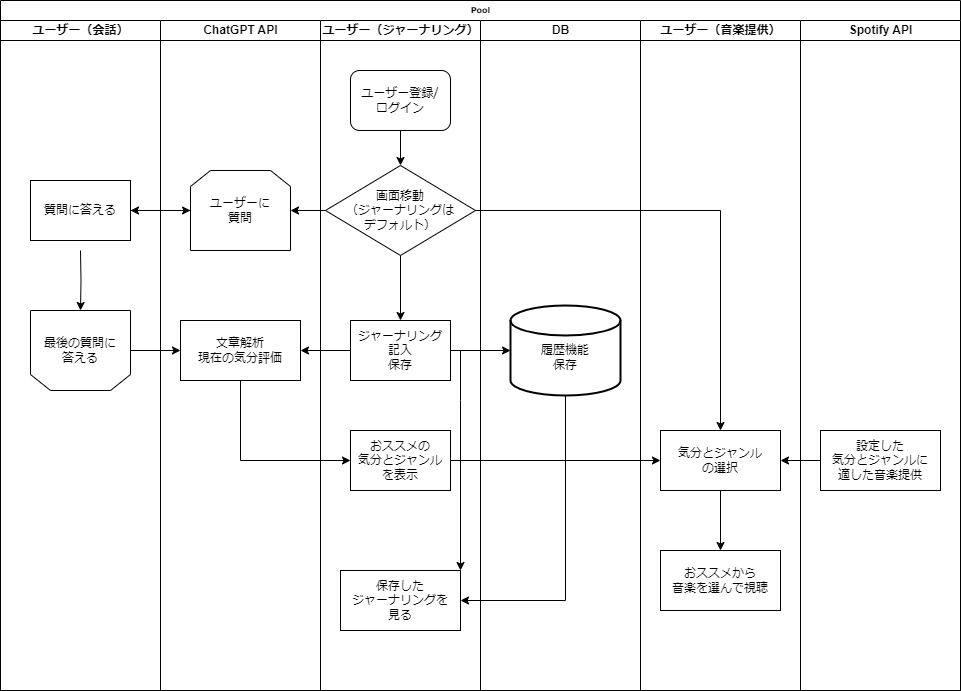
MatsudaSaku/MoodTune keeps this draw.io diagram as documents/Work_Flow.drawio.png. Above is the earlier version. Source tidied: cells renumbered, new cells last; positions are measured from the earlier drawing's top-left corner, leaving out a move shared by most shapes.
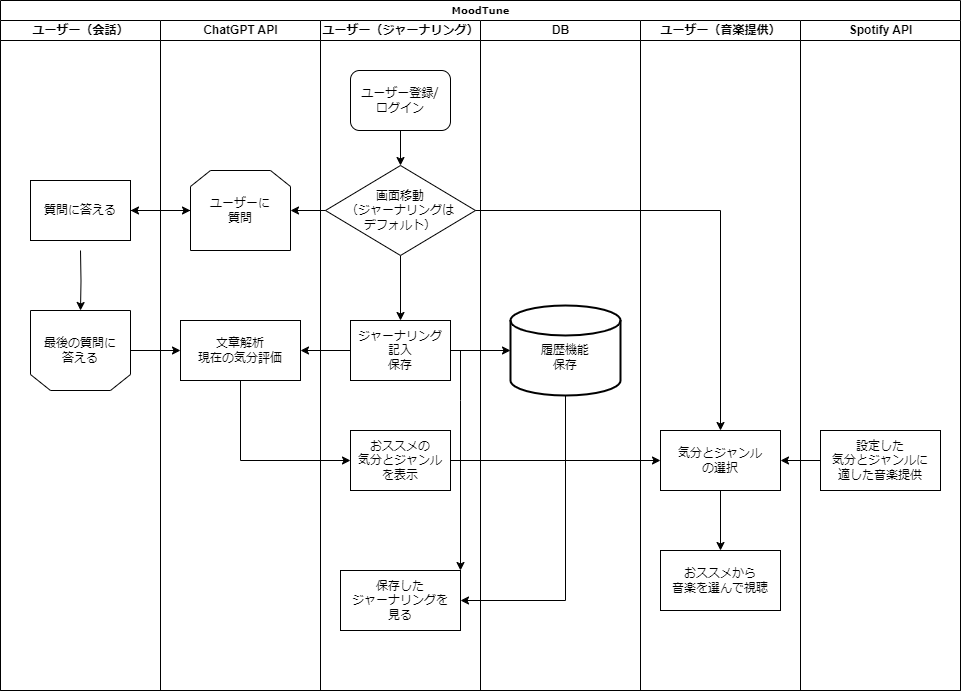
After the change.

Commit message:
Work_Flow.drawio.png を追加しました。

The edit, as a diff of the source:
```diff
@@ -2,7 +2,7 @@
   <root>
     <mxCell id="0" />
     <mxCell id="1" parent="0" />
-    <mxCell id="2" value="Pool" style="swimlane;html=1;startSize=20;rounded=0;shadow=0;labelBackgroundColor=none;strokeWidth=1;fontFamily=Verdana;fontSize=8;align=center;" parent="1" vertex="1">
+    <mxCell id="2" value="&lt;font style=&quot;font-size: 10px;&quot;&gt;MoodTune&lt;/font&gt;" style="swimlane;html=1;startSize=20;rounded=0;shadow=0;labelBackgroundColor=none;strokeWidth=1;fontFamily=Verdana;fontSize=8;align=center;" parent="1" vertex="1">
       <mxGeometry width="960" height="690" as="geometry" />
     </mxCell>
     <mxCell id="3" value="ユーザー（会話）" style="swimlane;html=1;startSize=20;" parent="2" vertex="1">
```
